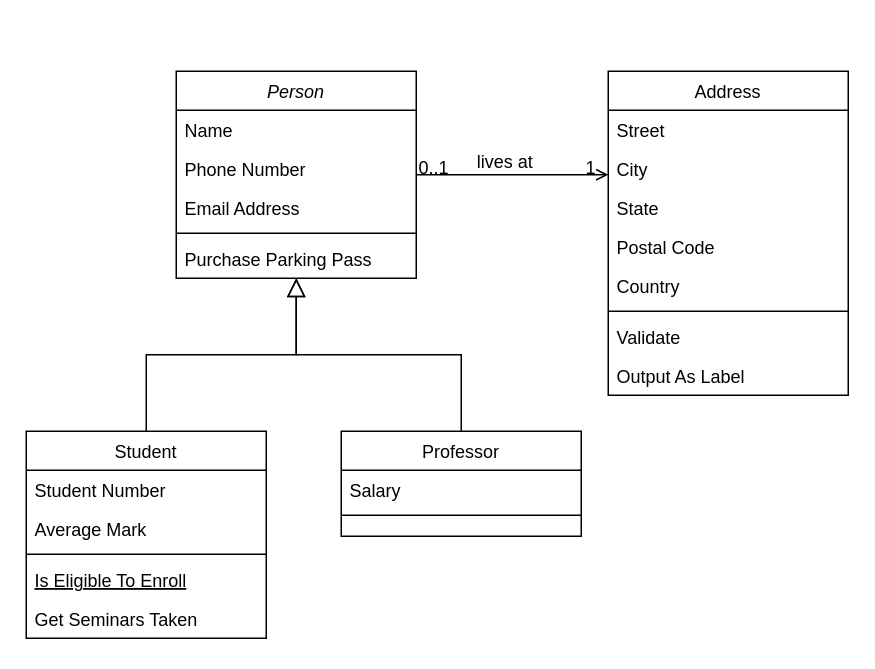
Earlier version of the draw.io diagram drawio_files/17.drawio (frostaag/diagrams-v2). Source tidied: cells renumbered, new cells numbered last; positions are measured from the earlier drawing's top-left corner, leaving out a move shared by most shapes. Both pictures are drawn from the tidied source at 150%, with x=0, y=0 at pixel (26, 70).
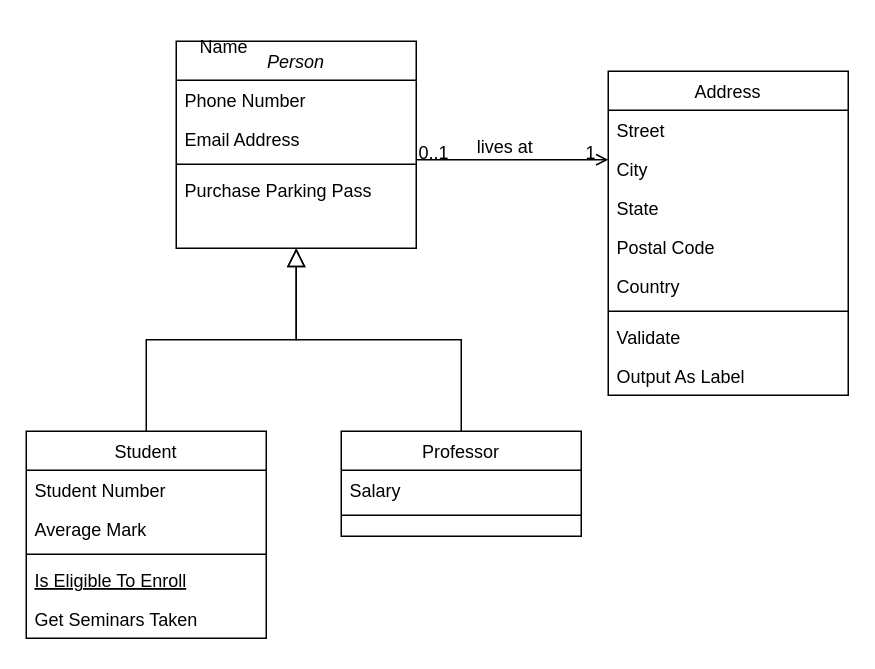
The same page after the edit.

Change to the diagram source:
```diff
@@
     <mxCell id="2" value="Person" style="swimlane;fontStyle=2;align=center;verticalAlign=top;horizontal=1;startSize=26;rounded=0;shadow=0;strokeWidth=1;" parent="1" vertex="1">
-      <mxGeometry x="100" width="160" height="138" as="geometry" />
+      <mxGeometry x="100" y="-20" width="160" height="138" as="geometry" />
     </mxCell>
-    <mxCell id="3" value="Name" style="text;align=left;verticalAlign=top;spacingLeft=4;spacingRight=4;overflow=hidden;" parent="2" vertex="1">
-      <mxGeometry y="26" width="160" height="26" as="geometry" />
-    </mxCell>
     <mxCell id="4" value="Phone Number" style="text;align=left;verticalAlign=top;spacingLeft=4;spacingRight=4;overflow=hidden;rounded=0;shadow=0;html=0;" parent="2" vertex="1">
-      <mxGeometry y="52" width="160" height="26" as="geometry" />
+      <mxGeometry y="26" width="160" height="26" as="geometry" />
     </mxCell>
     <mxCell id="5" value="Email Address" style="text;align=left;verticalAlign=top;spacingLeft=4;spacingRight=4;overflow=hidden;rounded=0;shadow=0;html=0;" parent="2" vertex="1">
-      <mxGeometry y="78" width="160" height="26" as="geometry" />
+      <mxGeometry y="52" width="160" height="26" as="geometry" />
     </mxCell>
     <mxCell id="6" style="line;html=1;strokeWidth=1;align=left;verticalAlign=middle;spacingTop=-1;spacingLeft=3;spacingRight=3;labelPosition=right;" parent="2" vertex="1">
-      <mxGeometry y="104" width="160" height="8" as="geometry" />
+      <mxGeometry y="78" width="160" height="8" as="geometry" />
     </mxCell>
     <mxCell id="7" value="Purchase Parking Pass" style="text;align=left;verticalAlign=top;spacingLeft=4;spacingRight=4;overflow=hidden;" parent="2" vertex="1">
-      <mxGeometry y="112" width="160" height="26" as="geometry" />
+      <mxGeometry y="86" width="160" height="26" as="geometry" />
     </mxCell>
@@
+    <mxCell id="3" value="Name" style="text;align=left;verticalAlign=top;spacingLeft=4;spacingRight=4;overflow=hidden;" parent="1" vertex="1">
+      <mxGeometry x="110" y="-30" width="160" height="26" as="geometry" />
+    </mxCell>
```
